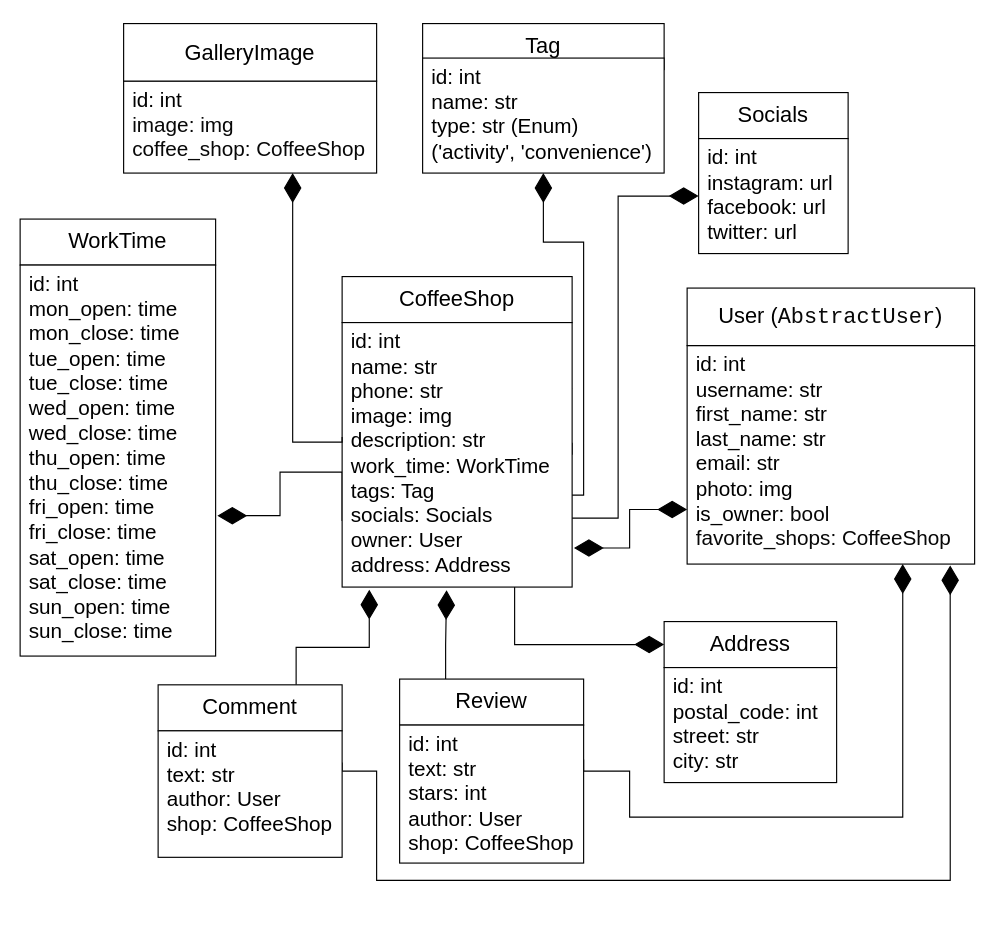
Before: db_diagram.drawio in haldaniko/coffee-shop-catalogue, a draw.io diagram. Source tidied: cells renumbered, new cells numbered last; positions are measured from the earlier drawing's top-left corner, leaving out a move shared by most shapes. Both pictures are drawn from the tidied source at 115%, with x=0, y=0 at pixel (20, 23).
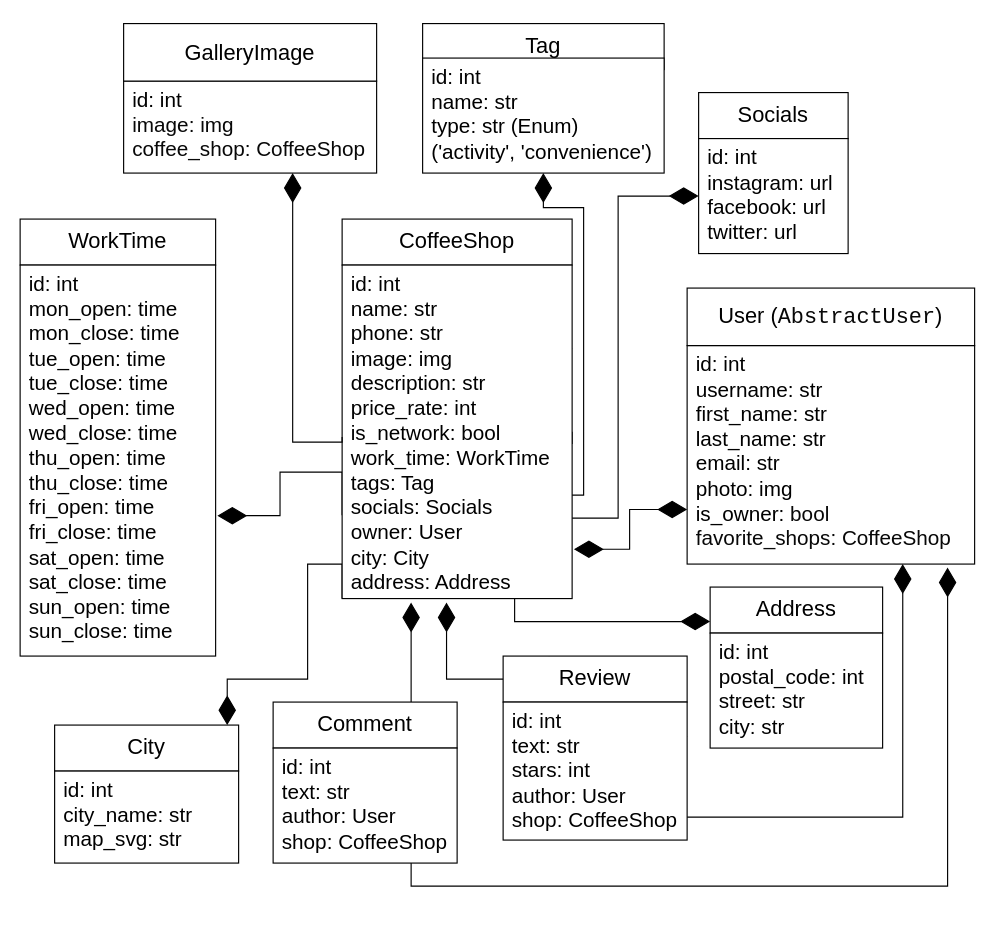
The same diagram, later.

Unchanged cells that the change refers to:
```xml
<mxCell id="9" value="id: int&lt;br style=&quot;font-size: 18px;&quot;&gt;&lt;div style=&quot;font-size: 18px;&quot;&gt;&lt;span style=&quot;background-color: initial; font-size: 18px;&quot;&gt;name: str&lt;/span&gt;&lt;/div&gt;&lt;div style=&quot;font-size: 18px;&quot;&gt;&lt;span style=&quot;background-color: initial; font-size: 18px;&quot;&gt;type:&amp;nbsp;&lt;/span&gt;str (Enum)&lt;br style=&quot;font-size: 18px;&quot;&gt;('activity', 'convenience')&lt;br style=&quot;font-size: 18px;&quot;&gt;&lt;/div&gt;" style="rounded=0;whiteSpace=wrap;html=1;fontSize=18;spacingLeft=6;align=left;verticalAlign=top;" parent="1" vertex="1">
  <mxGeometry x="350" y="30" width="210" height="100" as="geometry" />
</mxCell>
<mxCell id="16" value="&lt;font style=&quot;font-size: 18px;&quot;&gt;id: int&lt;br style=&quot;font-size: 18px;&quot;&gt;username: str&lt;br style=&quot;font-size: 18px;&quot;&gt;first_name: str&lt;br style=&quot;font-size: 18px;&quot;&gt;last_name: str&lt;br style=&quot;font-size: 18px;&quot;&gt;email: str&lt;br style=&quot;font-size: 18px;&quot;&gt;photo: img&lt;br style=&quot;font-size: 18px;&quot;&gt;is_owner:&amp;nbsp;&lt;/font&gt;&lt;span style=&quot;background-color: rgb(255, 255, 255); color: rgb(8, 8, 8); font-size: 18px;&quot;&gt;bool&lt;br style=&quot;font-size: 18px;&quot;&gt;&lt;/span&gt;&lt;span style=&quot;background-color: rgb(255, 255, 255); color: rgb(8, 8, 8); font-size: 18px;&quot;&gt;favorite_shops: CoffeeShop&amp;nbsp;&lt;br style=&quot;font-size: 18px;&quot;&gt;&lt;/span&gt;" style="rounded=0;whiteSpace=wrap;html=1;fontSize=18;align=left;verticalAlign=top;spacingLeft=6;direction=south;" parent="1" vertex="1">
  <mxGeometry x="580" y="280" width="250" height="190" as="geometry" />
</mxCell>
<mxCell id="24" value="&lt;span style=&quot;font-size: 18px;&quot;&gt;id: int&lt;br style=&quot;font-size: 18px;&quot;&gt;&lt;/span&gt;&lt;div style=&quot;font-size: 18px;&quot;&gt;&lt;div style=&quot;font-size: 18px;&quot;&gt;mon_open: time&lt;/div&gt;&lt;div style=&quot;font-size: 18px;&quot;&gt;mon_close: time&lt;/div&gt;&lt;div style=&quot;font-size: 18px;&quot;&gt;tue_open:&amp;nbsp;&lt;span style=&quot;background-color: initial; font-size: 18px;&quot;&gt;time&lt;/span&gt;&lt;/div&gt;&lt;div style=&quot;font-size: 18px;&quot;&gt;tue_close:&amp;nbsp;&lt;span style=&quot;background-color: initial; font-size: 18px;&quot;&gt;time&lt;/span&gt;&lt;/div&gt;&lt;div style=&quot;font-size: 18px;&quot;&gt;wed_open:&amp;nbsp;&lt;span style=&quot;background-color: initial; font-size: 18px;&quot;&gt;time&lt;/span&gt;&lt;/div&gt;&lt;div style=&quot;font-size: 18px;&quot;&gt;wed_close:&amp;nbsp;&lt;span style=&quot;background-color: initial; font-size: 18px;&quot;&gt;time&lt;/span&gt;&lt;/div&gt;&lt;div style=&quot;font-size: 18px;&quot;&gt;thu_open:&amp;nbsp;&lt;span style=&quot;background-color: initial; font-size: 18px;&quot;&gt;time&lt;/span&gt;&lt;/div&gt;&lt;div style=&quot;font-size: 18px;&quot;&gt;thu_close:&amp;nbsp;&lt;span style=&quot;background-color: initial; font-size: 18px;&quot;&gt;time&lt;/span&gt;&lt;/div&gt;&lt;div style=&quot;font-size: 18px;&quot;&gt;fri_open:&amp;nbsp;&lt;span style=&quot;background-color: initial; font-size: 18px;&quot;&gt;time&lt;/span&gt;&lt;/div&gt;&lt;div style=&quot;font-size: 18px;&quot;&gt;fri_close:&amp;nbsp;&lt;span style=&quot;background-color: initial; font-size: 18px;&quot;&gt;time&lt;/span&gt;&lt;/div&gt;&lt;div style=&quot;font-size: 18px;&quot;&gt;sat_open:&amp;nbsp;&lt;span style=&quot;background-color: initial; font-size: 18px;&quot;&gt;time&lt;/span&gt;&lt;/div&gt;&lt;div style=&quot;font-size: 18px;&quot;&gt;sat_close:&amp;nbsp;&lt;span style=&quot;background-color: initial; font-size: 18px;&quot;&gt;time&lt;/span&gt;&lt;/div&gt;&lt;div style=&quot;font-size: 18px;&quot;&gt;sun_open:&amp;nbsp;&lt;span style=&quot;background-color: initial; font-size: 18px;&quot;&gt;time&lt;/span&gt;&lt;/div&gt;&lt;div style=&quot;font-size: 18px;&quot;&gt;sun_close:&amp;nbsp;&lt;span style=&quot;background-color: initial; font-size: 18px;&quot;&gt;time&lt;/span&gt;&lt;/div&gt;&lt;div style=&quot;font-size: 18px;&quot;&gt;&lt;br style=&quot;font-size: 18px;&quot;&gt;&lt;/div&gt;&lt;/div&gt;" style="rounded=0;whiteSpace=wrap;html=1;fontSize=18;align=left;verticalAlign=top;spacingLeft=6;" parent="1" vertex="1">
  <mxGeometry y="210" width="170" height="340" as="geometry" />
</mxCell>
```

The edit, as a diff of the source:
```diff
@@
     <mxCell id="2" value="&lt;p style=&quot;line-height: 100%;&quot;&gt;&lt;font style=&quot;font-size: 19px;&quot;&gt;CoffeeShop&lt;/font&gt;&lt;/p&gt;" style="rounded=0;whiteSpace=wrap;html=1;" parent="1" vertex="1">
-      <mxGeometry x="280" y="220" width="200" height="40" as="geometry" />
+      <mxGeometry x="280" y="170" width="200" height="40" as="geometry" />
     </mxCell>
@@
     <mxCell id="4" style="edgeStyle=orthogonalEdgeStyle;rounded=0;jettySize=auto;html=1;exitX=1;exitY=0.5;exitDx=0;exitDy=0;entryX=0.5;entryY=1;entryDx=0;entryDy=0;fontFamily=Helvetica;fontSize=18;endSize=23;startSize=23;endArrow=diamondThin;endFill=1;" parent="1" edge="1" source="7" target="9">
       <mxGeometry relative="1" as="geometry">
         <Array as="points">
           <mxPoint x="480" y="365" />
           <mxPoint x="470" y="365" />
           <mxPoint x="470" y="410" />
           <mxPoint x="490" y="410" />
-          <mxPoint x="490" y="190" />
-          <mxPoint x="455" y="190" />
+          <mxPoint x="490" y="160" />
+          <mxPoint x="455" y="160" />
         </Array>
       </mxGeometry>
     </mxCell>
+    <mxCell id="6" style="edgeStyle=orthogonalEdgeStyle;rounded=0;jumpSize=0;jettySize=auto;html=1;exitX=0;exitY=0.75;exitDx=0;exitDy=0;entryX=1.009;entryY=0.641;entryDx=0;entryDy=0;entryPerimeter=0;fontFamily=Helvetica;fontSize=18;startArrow=none;startFill=0;endArrow=diamondThin;endFill=1;startSize=23;endSize=23;sourcePerimeterSpacing=0;targetPerimeterSpacing=0;" parent="1" edge="1" source="7" target="24">
+      <mxGeometry relative="1" as="geometry">
+        <Array as="points">
+          <mxPoint x="280" y="390" />
+          <mxPoint x="226" y="390" />
+          <mxPoint x="226" y="428" />
+        </Array>
+      </mxGeometry>
+    </mxCell>
-    <mxCell id="5" style="edgeStyle=orthogonalEdgeStyle;rounded=0;jettySize=auto;html=1;exitX=0.75;exitY=1;exitDx=0;exitDy=0;entryX=0;entryY=0.5;entryDx=0;entryDy=0;fontFamily=Helvetica;fontSize=18;startArrow=none;startFill=0;endArrow=diamondThin;endFill=1;endSize=23;startSize=23;sourcePerimeterSpacing=0;targetPerimeterSpacing=0;jumpSize=11;" parent="1" edge="1" source="7" target="10">
-      <mxGeometry relative="1" as="geometry">
-        <Array as="points">
-          <mxPoint x="430" y="540" />
-        </Array>
-      </mxGeometry>
+    <mxCell id="5" style="edgeStyle=orthogonalEdgeStyle;rounded=0;jettySize=auto;html=1;exitX=0.75;exitY=1;exitDx=0;exitDy=0;entryX=0;entryY=0.75;entryDx=0;entryDy=0;endSize=23;startSize=23;endArrow=diamondThin;endFill=1;" parent="1" edge="1" source="7" target="10">
+      <mxGeometry relative="1" as="geometry" />
     </mxCell>
-    <mxCell id="6" style="edgeStyle=orthogonalEdgeStyle;rounded=0;jumpSize=0;jettySize=auto;html=1;exitX=0;exitY=0.75;exitDx=0;exitDy=0;entryX=1.009;entryY=0.641;entryDx=0;entryDy=0;entryPerimeter=0;fontFamily=Helvetica;fontSize=18;startArrow=none;startFill=0;endArrow=diamondThin;endFill=1;startSize=23;endSize=23;sourcePerimeterSpacing=0;targetPerimeterSpacing=0;" parent="1" edge="1" source="7" target="24">
-      <mxGeometry relative="1" as="geometry">
-        <Array as="points">
-          <mxPoint x="280" y="390" />
-          <mxPoint x="226" y="390" />
-          <mxPoint x="226" y="428" />
-        </Array>
-      </mxGeometry>
-    </mxCell>
+    <mxCell id="30" style="edgeStyle=orthogonalEdgeStyle;rounded=0;jettySize=auto;html=1;exitX=0;exitY=1;exitDx=0;exitDy=0;entryX=0.938;entryY=0;entryDx=0;entryDy=0;entryPerimeter=0;endArrow=diamondThin;endFill=1;startSize=23;endSize=23;" parent="1" edge="1" source="7" target="31">
+      <mxGeometry relative="1" as="geometry">
+        <Array as="points">
+          <mxPoint x="280" y="470" />
+          <mxPoint x="250" y="470" />
+          <mxPoint x="250" y="570" />
+          <mxPoint x="180" y="570" />
+        </Array>
+      </mxGeometry>
+    </mxCell>
-    <mxCell id="7" value="&lt;font style=&quot;font-size: 18px;&quot;&gt;id: int&lt;br style=&quot;font-size: 18px;&quot;&gt;name: str&lt;br style=&quot;font-size: 18px;&quot;&gt;phone: str&lt;br style=&quot;font-size: 18px;&quot;&gt;image: img&lt;br&gt;description: str&lt;br style=&quot;font-size: 18px;&quot;&gt;&lt;span style=&quot;background-color: initial;&quot;&gt;work_time: WorkTime&lt;/span&gt;&lt;br&gt;tags: Tag&lt;br style=&quot;font-size: 18px;&quot;&gt;&lt;/font&gt;&lt;div style=&quot;font-size: 18px;&quot;&gt;&lt;span style=&quot;background-color: initial; font-size: 18px;&quot;&gt;&lt;font style=&quot;font-size: 18px;&quot;&gt;socials: Socials&lt;/font&gt;&lt;/span&gt;&lt;/div&gt;&lt;div style=&quot;font-size: 18px;&quot;&gt;&lt;span style=&quot;background-color: initial;&quot;&gt;owner: User&lt;br&gt;&lt;/span&gt;address: Address&amp;nbsp;&lt;br&gt;&lt;/div&gt;" style="rounded=0;whiteSpace=wrap;html=1;fontSize=18;align=left;verticalAlign=top;spacingLeft=6;" parent="1" vertex="1">
-      <mxGeometry x="280" y="260" width="200" height="230" as="geometry" />
+    <mxCell id="7" value="&lt;font style=&quot;font-size: 18px;&quot;&gt;id: int&lt;br style=&quot;font-size: 18px;&quot;&gt;name: str&lt;br style=&quot;font-size: 18px;&quot;&gt;phone: str&lt;br style=&quot;font-size: 18px;&quot;&gt;image: img&lt;br&gt;description: str&lt;br&gt;price_rate: int&lt;br&gt;is_network: bool&lt;br style=&quot;font-size: 18px;&quot;&gt;&lt;span style=&quot;background-color: initial;&quot;&gt;work_time: WorkTime&lt;/span&gt;&lt;br&gt;tags: Tag&lt;br style=&quot;font-size: 18px;&quot;&gt;&lt;/font&gt;&lt;div style=&quot;font-size: 18px;&quot;&gt;&lt;span style=&quot;background-color: initial; font-size: 18px;&quot;&gt;&lt;font style=&quot;font-size: 18px;&quot;&gt;socials: Socials&lt;/font&gt;&lt;/span&gt;&lt;/div&gt;&lt;div style=&quot;font-size: 18px;&quot;&gt;&lt;span style=&quot;background-color: initial;&quot;&gt;owner: User&lt;/span&gt;&lt;/div&gt;&lt;div style=&quot;font-size: 18px;&quot;&gt;&lt;span style=&quot;background-color: initial;&quot;&gt;city: City&lt;br&gt;&lt;/span&gt;&lt;div&gt;address: Address&amp;nbsp;&lt;br&gt;&lt;/div&gt;&lt;div&gt;&lt;br&gt;&lt;/div&gt;&lt;/div&gt;" style="rounded=0;whiteSpace=wrap;html=1;fontSize=18;align=left;verticalAlign=top;spacingLeft=6;" parent="1" vertex="1">
+      <mxGeometry x="280" y="210" width="200" height="290" as="geometry" />
     </mxCell>
@@
     <mxCell id="10" value="&lt;p style=&quot;line-height: 100%;&quot;&gt;&lt;font style=&quot;font-size: 19px;&quot;&gt;Address&lt;/font&gt;&lt;/p&gt;" style="rounded=0;whiteSpace=wrap;html=1;" parent="1" vertex="1">
-      <mxGeometry x="560" y="520" width="150" height="40" as="geometry" />
+      <mxGeometry x="600" y="490" width="150" height="40" as="geometry" />
     </mxCell>
@@
-    <mxCell id="13" style="edgeStyle=orthogonalEdgeStyle;rounded=0;jumpSize=0;jettySize=auto;html=1;exitX=0.75;exitY=0;exitDx=0;exitDy=0;entryX=0.118;entryY=1.01;entryDx=0;entryDy=0;entryPerimeter=0;fontFamily=Helvetica;fontSize=18;startArrow=none;startFill=0;endArrow=diamondThin;endFill=1;startSize=23;endSize=23;sourcePerimeterSpacing=0;targetPerimeterSpacing=0;" parent="1" edge="1" source="14" target="7">
+    <mxCell id="13" style="edgeStyle=orthogonalEdgeStyle;rounded=0;jettySize=auto;html=1;exitX=0.75;exitY=0;exitDx=0;exitDy=0;entryX=0.3;entryY=1.012;entryDx=0;entryDy=0;entryPerimeter=0;endSize=23;startSize=23;endArrow=diamondThin;endFill=1;" parent="1" edge="1" source="14" target="7">
       <mxGeometry relative="1" as="geometry" />
     </mxCell>
     <mxCell id="14" value="&lt;p style=&quot;line-height: 100%;&quot;&gt;&lt;span style=&quot;font-size: 19px;&quot;&gt;Comment&lt;/span&gt;&lt;/p&gt;" style="rounded=0;whiteSpace=wrap;html=1;" parent="1" vertex="1">
-      <mxGeometry x="120" y="575" width="160" height="40" as="geometry" />
+      <mxGeometry x="220" y="590" width="160" height="40" as="geometry" />
     </mxCell>
@@
     <mxCell id="18" style="edgeStyle=orthogonalEdgeStyle;rounded=0;jettySize=auto;html=1;exitX=0.25;exitY=0;exitDx=0;exitDy=0;entryX=0.454;entryY=1.012;entryDx=0;entryDy=0;entryPerimeter=0;fontFamily=Helvetica;fontSize=18;endSize=23;startSize=23;endArrow=diamondThin;endFill=1;" parent="1" edge="1" source="19" target="7">
-      <mxGeometry relative="1" as="geometry" />
+      <mxGeometry relative="1" as="geometry">
+        <Array as="points">
+          <mxPoint x="460" y="570" />
+          <mxPoint x="371" y="570" />
+        </Array>
+      </mxGeometry>
     </mxCell>
     <mxCell id="19" value="&lt;span style=&quot;font-size: 19px;&quot;&gt;Review&lt;/span&gt;" style="rounded=0;whiteSpace=wrap;html=1;" parent="1" vertex="1">
-      <mxGeometry x="330" y="570" width="160" height="40" as="geometry" />
+      <mxGeometry x="420" y="550" width="160" height="40" as="geometry" />
     </mxCell>
@@
     <mxCell id="21" value="id: int&lt;br&gt;&lt;div&gt;&lt;span style=&quot;background-color: initial;&quot;&gt;text: str&lt;/span&gt;&lt;/div&gt;&lt;div&gt;stars: int&lt;/div&gt;&lt;div style=&quot;font-size: 18px;&quot;&gt;author: User&lt;br&gt;&lt;/div&gt;&lt;div style=&quot;font-size: 18px;&quot;&gt;shop: CoffeeShop&lt;/div&gt;" style="rounded=0;whiteSpace=wrap;html=1;fontSize=18;spacingLeft=6;align=left;verticalAlign=top;" parent="1" vertex="1">
-      <mxGeometry x="330" y="610" width="160" height="120" as="geometry" />
+      <mxGeometry x="420" y="590" width="160" height="120" as="geometry" />
     </mxCell>
-    <mxCell id="22" style="edgeStyle=orthogonalEdgeStyle;rounded=0;jettySize=auto;html=1;exitX=1;exitY=0.25;exitDx=0;exitDy=0;entryX=1.006;entryY=0.085;entryDx=0;entryDy=0;entryPerimeter=0;endArrow=diamondThin;endFill=1;startSize=23;endSize=23;" parent="1" edge="1" source="23" target="16">
-      <mxGeometry relative="1" as="geometry">
-        <Array as="points">
-          <mxPoint x="280" y="650" />
-          <mxPoint x="310" y="650" />
-          <mxPoint x="310" y="745" />
-          <mxPoint x="809" y="745" />
-        </Array>
-      </mxGeometry>
+    <mxCell id="22" style="edgeStyle=orthogonalEdgeStyle;rounded=0;jettySize=auto;html=1;exitX=0.75;exitY=1;exitDx=0;exitDy=0;entryX=1.016;entryY=0.094;entryDx=0;entryDy=0;entryPerimeter=0;endSize=23;startSize=23;endArrow=diamondThin;endFill=1;" parent="1" edge="1" source="23" target="16">
+      <mxGeometry relative="1" as="geometry" />
     </mxCell>
     <mxCell id="23" value="&lt;span style=&quot;font-size: 18px;&quot;&gt;id: int&lt;br&gt;&lt;/span&gt;text: str&lt;span style=&quot;font-size: 18px;&quot;&gt;&lt;br style=&quot;font-size: 18px;&quot;&gt;author: User&lt;br style=&quot;font-size: 18px;&quot;&gt;shop: CoffeeShop&lt;br style=&quot;font-size: 18px;&quot;&gt;&lt;/span&gt;&lt;span style=&quot;font-size: 18px;&quot;&gt;&lt;br style=&quot;font-size: 18px;&quot;&gt;&lt;/span&gt;" style="rounded=0;whiteSpace=wrap;html=1;fontSize=18;align=left;verticalAlign=top;spacingLeft=6;" parent="1" vertex="1">
-      <mxGeometry x="120" y="615" width="160" height="110" as="geometry" />
+      <mxGeometry x="220" y="630" width="160" height="100" as="geometry" />
     </mxCell>
@@
     <mxCell id="25" value="id: int&lt;br style=&quot;font-size: 18px;&quot;&gt;postal_code: int&lt;br style=&quot;font-size: 18px;&quot;&gt;&lt;div style=&quot;font-size: 18px;&quot;&gt;&lt;span style=&quot;background-color: initial; font-size: 18px;&quot;&gt;street: str&lt;br style=&quot;font-size: 18px;&quot;&gt;city: str&lt;/span&gt;&lt;/div&gt;" style="rounded=0;whiteSpace=wrap;html=1;fontSize=18;spacingLeft=6;align=left;verticalAlign=top;" parent="1" vertex="1">
-      <mxGeometry x="560" y="560" width="150" height="100" as="geometry" />
+      <mxGeometry x="600" y="530" width="150" height="100" as="geometry" />
     </mxCell>
@@
+    <mxCell id="31" value="&lt;p style=&quot;line-height: 100%;&quot;&gt;&lt;span style=&quot;font-size: 19px;&quot;&gt;City&lt;/span&gt;&lt;/p&gt;" style="rounded=0;whiteSpace=wrap;html=1;" parent="1" vertex="1">
+      <mxGeometry x="30" y="610" width="160" height="40" as="geometry" />
+    </mxCell>
+    <mxCell id="32" value="&lt;span style=&quot;font-size: 18px;&quot;&gt;id: int&lt;br&gt;&lt;/span&gt;city_name: str&lt;span style=&quot;font-size: 18px;&quot;&gt;&lt;br style=&quot;font-size: 18px;&quot;&gt;map_svg: str&lt;br style=&quot;font-size: 18px;&quot;&gt;&lt;/span&gt;&lt;span style=&quot;font-size: 18px;&quot;&gt;&lt;br style=&quot;font-size: 18px;&quot;&gt;&lt;/span&gt;" style="rounded=0;whiteSpace=wrap;html=1;fontSize=18;align=left;verticalAlign=top;spacingLeft=6;" parent="1" vertex="1">
+      <mxGeometry x="30" y="650" width="160" height="80" as="geometry" />
+    </mxCell>
```
